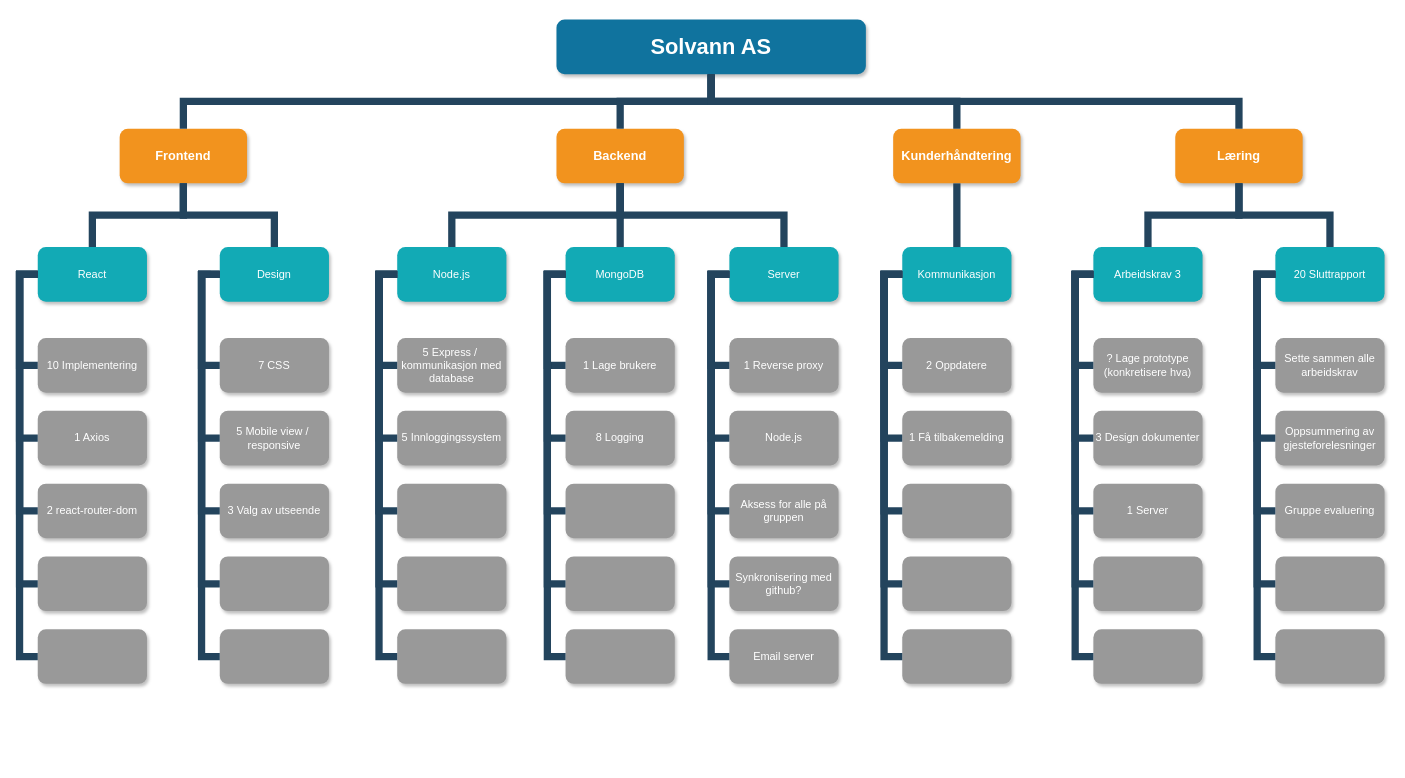
This is Work Breakdown Structure.drawio from USN-Gjengen/APP2000_Gruppe06_Solvann-Driftsystem, a draw.io file, before an edit. Source tidied: cells renumbered, new cells numbered last; positions are measured from the earlier drawing's top-left corner, leaving out a move shared by most shapes. Both pictures are drawn from the tidied source at 91%, with x=0, y=0 at pixel (19, 19).
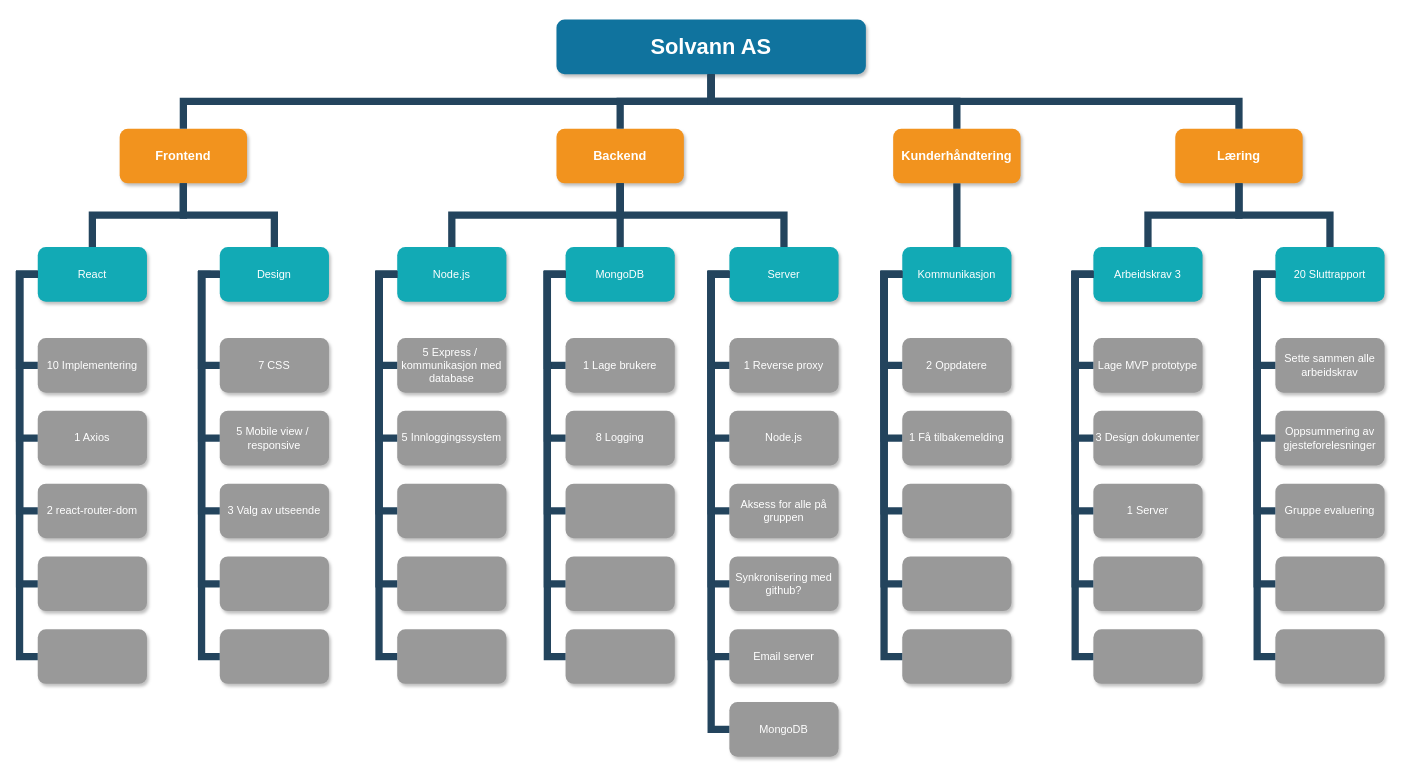
The same diagram, later.

Unchanged cells that the change refers to:
```xml
<mxCell id="87" value="Server" style="whiteSpace=wrap;rounded=1;fillColor=#12AAB5;strokeColor=none;shadow=1;fontColor=#FFFFFF;" parent="1" vertex="1">
  <mxGeometry x="780" y="250" width="120" height="60" as="geometry" />
</mxCell>
```

Change to the diagram source:
```diff
@@
-    <mxCell id="67" value="? Lage prototype&#10;(konkretisere hva)" style="whiteSpace=wrap;rounded=1;fillColor=#999999;strokeColor=none;shadow=1;fontColor=#FFFFFF;fontStyle=0;" parent="1" vertex="1">
+    <mxCell id="67" value="Lage MVP prototype" style="whiteSpace=wrap;rounded=1;fillColor=#999999;strokeColor=none;shadow=1;fontColor=#FFFFFF;fontStyle=0;" parent="1" vertex="1">
       <mxGeometry x="1180" y="350" width="120" height="60" as="geometry" />
     </mxCell>
@@
+    <mxCell id="107" value="MongoDB" style="whiteSpace=wrap;rounded=1;fillColor=#999999;strokeColor=none;shadow=1;fontColor=#FFFFFF;fontStyle=0;" parent="1" vertex="1">
+      <mxGeometry x="780" y="750" width="120" height="60" as="geometry" />
+    </mxCell>
+    <mxCell id="108" style="edgeStyle=elbowEdgeStyle;elbow=horizontal;rounded=0;fontColor=#000000;endArrow=none;endFill=0;strokeWidth=8;strokeColor=#23445D;" parent="1" edge="1" source="87" target="107">
+      <mxGeometry relative="1" as="geometry">
+        <Array as="points">
+          <mxPoint x="760" y="650" />
+          <mxPoint x="770" y="510" />
+        </Array>
+      </mxGeometry>
+    </mxCell>
```
